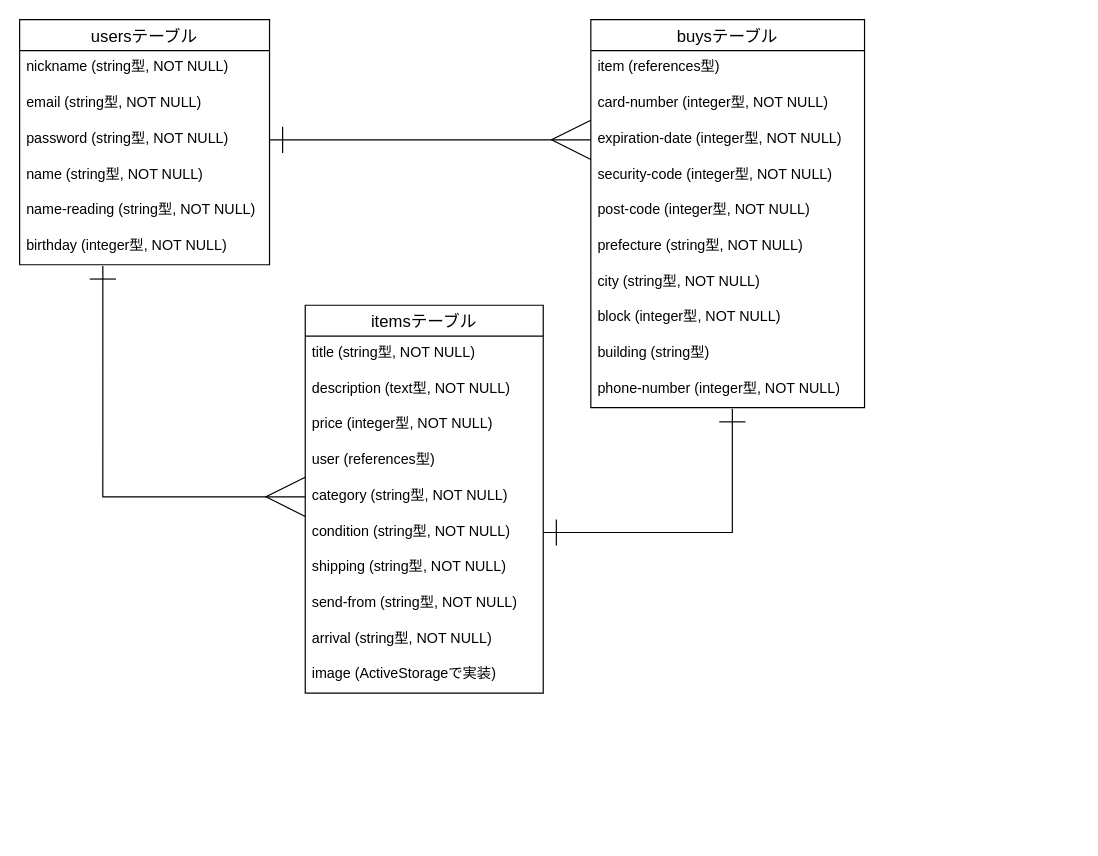
This is ER.dio from haidi-belltree/furima-32393, a draw.io file, before an edit. Source tidied: cells renumbered, new cells numbered last; positions are measured from the earlier drawing's top-left corner, leaving out a move shared by most shapes. Both pictures are drawn from the tidied source at 119%, with x=0, y=0 at pixel (19, 19).
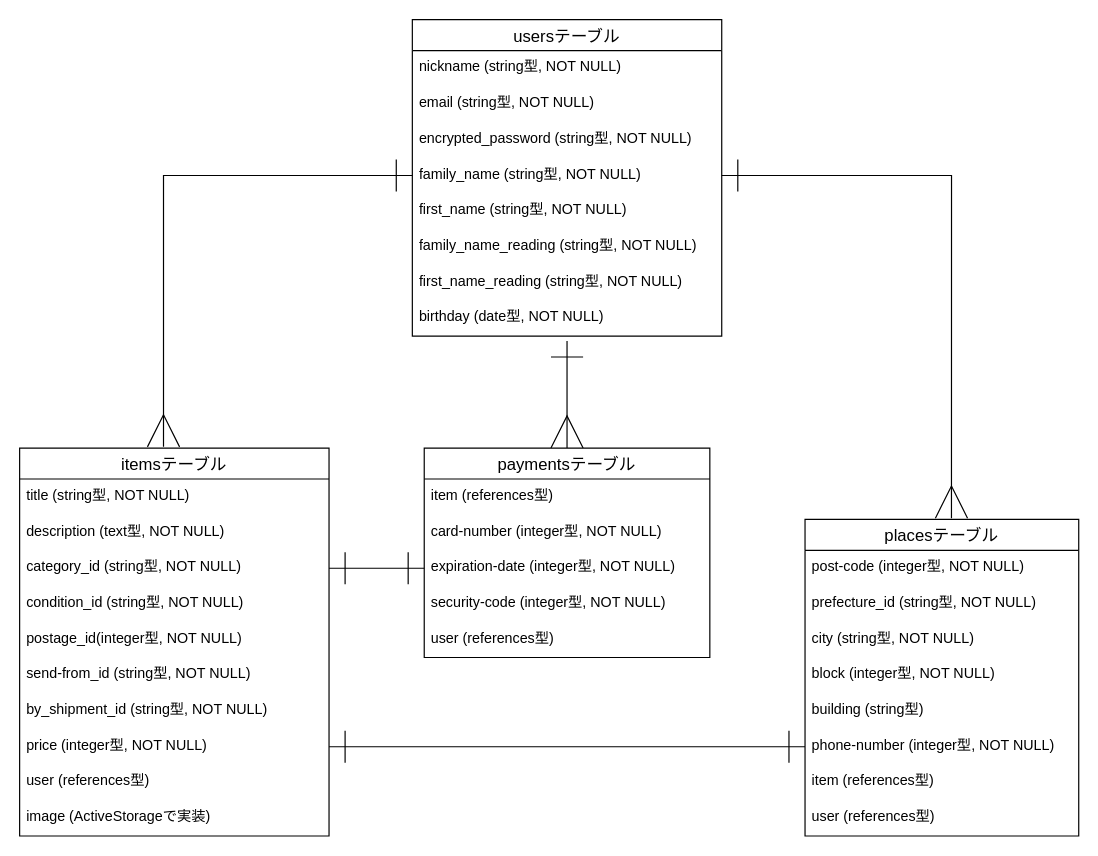
The same page after the edit.

What changed in the source:
```diff
@@
     <mxCell id="2" value="usersテーブル" style="swimlane;fontStyle=0;horizontal=1;startSize=26;align=center;fontSize=14;" parent="1" vertex="1">
-      <mxGeometry width="210" height="206" as="geometry" />
+      <mxGeometry x="330" width="260" height="266" as="geometry" />
     </mxCell>
     <mxCell id="3" value="nickname (string型, NOT NULL)" style="text;strokeColor=none;fillColor=none;spacingLeft=4;spacingRight=4;overflow=hidden;fontSize=12;" parent="2" vertex="1">
-      <mxGeometry y="26" width="210" height="30" as="geometry" />
+      <mxGeometry y="26" width="260" height="30" as="geometry" />
     </mxCell>
     <mxCell id="4" value="email (string型, NOT NULL)" style="text;strokeColor=none;fillColor=none;spacingLeft=4;spacingRight=4;overflow=hidden;fontSize=12;" parent="2" vertex="1">
-      <mxGeometry y="56" width="210" height="30" as="geometry" />
+      <mxGeometry y="56" width="260" height="30" as="geometry" />
     </mxCell>
-    <mxCell id="5" value="password (string型, NOT NULL)" style="text;strokeColor=none;fillColor=none;spacingLeft=4;spacingRight=4;overflow=hidden;points=[[0,0.5],[1,0.5]];portConstraint=eastwest;fontSize=12;" parent="2" vertex="1">
-      <mxGeometry y="86" width="210" height="30" as="geometry" />
+    <mxCell id="5" value="encrypted_password (string型, NOT NULL)" style="text;strokeColor=none;fillColor=none;spacingLeft=4;spacingRight=4;overflow=hidden;points=[[0,0.5],[1,0.5]];portConstraint=eastwest;fontSize=12;" parent="2" vertex="1">
+      <mxGeometry y="86" width="260" height="30" as="geometry" />
     </mxCell>
-    <mxCell id="6" value="name (string型, NOT NULL)" style="text;strokeColor=none;fillColor=none;spacingLeft=4;spacingRight=4;overflow=hidden;points=[[0,0.5],[1,0.5]];portConstraint=eastwest;fontSize=12;" parent="2" vertex="1">
-      <mxGeometry y="116" width="210" height="30" as="geometry" />
+    <mxCell id="6" value="family_name (string型, NOT NULL)" style="text;strokeColor=none;fillColor=none;spacingLeft=4;spacingRight=4;overflow=hidden;points=[[0,0.5],[1,0.5]];portConstraint=eastwest;fontSize=12;" parent="2" vertex="1">
+      <mxGeometry y="116" width="260" height="30" as="geometry" />
     </mxCell>
-    <mxCell id="7" value="name-reading (string型, NOT NULL)" style="text;strokeColor=none;fillColor=none;spacingLeft=4;spacingRight=4;overflow=hidden;fontSize=12;" parent="2" vertex="1">
-      <mxGeometry y="146" width="210" height="30" as="geometry" />
+    <mxCell id="7" value="first_name (string型, NOT NULL)" style="text;strokeColor=none;fillColor=none;spacingLeft=4;spacingRight=4;overflow=hidden;fontSize=12;" parent="2" vertex="1">
+      <mxGeometry y="146" width="260" height="30" as="geometry" />
     </mxCell>
+    <mxCell id="34" value="family_name_reading (string型, NOT NULL)" style="text;strokeColor=none;fillColor=none;spacingLeft=4;spacingRight=4;overflow=hidden;fontSize=12;" parent="2" vertex="1">
+      <mxGeometry y="176" width="260" height="30" as="geometry" />
+    </mxCell>
-    <mxCell id="8" value="birthday (integer型, NOT NULL)" style="text;strokeColor=none;fillColor=none;spacingLeft=4;spacingRight=4;overflow=hidden;points=[[0,0.5],[1,0.5]];portConstraint=eastwest;fontSize=12;" parent="2" vertex="1">
-      <mxGeometry y="176" width="210" height="30" as="geometry" />
+    <mxCell id="8" value="first_name_reading (string型, NOT NULL)" style="text;strokeColor=none;fillColor=none;spacingLeft=4;spacingRight=4;overflow=hidden;points=[[0,0.5],[1,0.5]];portConstraint=eastwest;fontSize=12;" parent="2" vertex="1">
+      <mxGeometry y="206" width="260" height="30" as="geometry" />
     </mxCell>
+    <mxCell id="35" value="birthday (date型, NOT NULL)" style="text;strokeColor=none;fillColor=none;spacingLeft=4;spacingRight=4;overflow=hidden;fontSize=12;" parent="2" vertex="1">
+      <mxGeometry y="236" width="260" height="30" as="geometry" />
+    </mxCell>
     <mxCell id="9" value="itemsテーブル" style="swimlane;fontStyle=0;horizontal=1;startSize=26;align=center;fontSize=14;" parent="1" vertex="1">
-      <mxGeometry x="240" y="240" width="200" height="326" as="geometry" />
+      <mxGeometry y="360" width="260" height="326" as="geometry" />
     </mxCell>
     <mxCell id="10" value="title (string型, NOT NULL)" style="text;strokeColor=none;fillColor=none;spacingLeft=4;spacingRight=4;overflow=hidden;fontSize=12;" parent="9" vertex="1">
-      <mxGeometry y="26" width="200" height="30" as="geometry" />
+      <mxGeometry y="26" width="260" height="30" as="geometry" />
     </mxCell>
     <mxCell id="11" value="description (text型, NOT NULL)" style="text;strokeColor=none;fillColor=none;spacingLeft=4;spacingRight=4;overflow=hidden;fontSize=12;" parent="9" vertex="1">
-      <mxGeometry y="56" width="200" height="30" as="geometry" />
+      <mxGeometry y="56" width="260" height="30" as="geometry" />
     </mxCell>
+    <mxCell id="36" value="category_id (string型, NOT NULL)" style="text;strokeColor=none;fillColor=none;spacingLeft=4;spacingRight=4;overflow=hidden;points=[[0,0.5],[1,0.5]];portConstraint=eastwest;fontSize=12;" parent="9" vertex="1">
+      <mxGeometry y="86" width="260" height="30" as="geometry" />
+    </mxCell>
-    <mxCell id="12" value="price (integer型, NOT NULL)" style="text;strokeColor=none;fillColor=none;spacingLeft=4;spacingRight=4;overflow=hidden;fontSize=12;" parent="9" vertex="1">
-      <mxGeometry y="86" width="200" height="30" as="geometry" />
+    <mxCell id="12" value="condition_id (string型, NOT NULL)" style="text;strokeColor=none;fillColor=none;spacingLeft=4;spacingRight=4;overflow=hidden;fontSize=12;" parent="9" vertex="1">
+      <mxGeometry y="116" width="260" height="30" as="geometry" />
     </mxCell>
-    <mxCell id="13" value="user (references型)" style="text;strokeColor=none;fillColor=none;spacingLeft=4;spacingRight=4;overflow=hidden;fontSize=12;" parent="9" vertex="1">
-      <mxGeometry y="116" width="200" height="30" as="geometry" />
-    </mxCell>
-    <mxCell id="14" value="category (string型, NOT NULL)" style="text;strokeColor=none;fillColor=none;spacingLeft=4;spacingRight=4;overflow=hidden;points=[[0,0.5],[1,0.5]];portConstraint=eastwest;fontSize=12;" parent="9" vertex="1">
-      <mxGeometry y="146" width="200" height="30" as="geometry" />
-    </mxCell>
-    <mxCell id="15" value="condition (string型, NOT NULL)" style="text;strokeColor=none;fillColor=none;spacingLeft=4;spacingRight=4;overflow=hidden;points=[[0,0.5],[1,0.5]];portConstraint=eastwest;fontSize=12;" parent="9" vertex="1">
-      <mxGeometry y="176" width="200" height="30" as="geometry" />
+    <mxCell id="15" value="postage_id(integer型, NOT NULL)" style="text;strokeColor=none;fillColor=none;spacingLeft=4;spacingRight=4;overflow=hidden;points=[[0,0.5],[1,0.5]];portConstraint=eastwest;fontSize=12;" parent="9" vertex="1">
+      <mxGeometry y="146" width="260" height="30" as="geometry" />
     </mxCell>
-    <mxCell id="16" value="shipping (string型, NOT NULL)" style="text;strokeColor=none;fillColor=none;spacingLeft=4;spacingRight=4;overflow=hidden;fontSize=12;" parent="9" vertex="1">
-      <mxGeometry y="206" width="200" height="30" as="geometry" />
-    </mxCell>
-    <mxCell id="17" value="send-from (string型, NOT NULL)" style="text;strokeColor=none;fillColor=none;spacingLeft=4;spacingRight=4;overflow=hidden;fontSize=12;" parent="9" vertex="1">
-      <mxGeometry y="236" width="200" height="30" as="geometry" />
+    <mxCell id="17" value="send-from_id (string型, NOT NULL)" style="text;strokeColor=none;fillColor=none;spacingLeft=4;spacingRight=4;overflow=hidden;fontSize=12;" parent="9" vertex="1">
+      <mxGeometry y="176" width="260" height="30" as="geometry" />
     </mxCell>
-    <mxCell id="18" value="arrival (string型, NOT NULL)" style="text;strokeColor=none;fillColor=none;spacingLeft=4;spacingRight=4;overflow=hidden;fontSize=12;" parent="9" vertex="1">
-      <mxGeometry y="266" width="200" height="30" as="geometry" />
+    <mxCell id="18" value="by_shipment_id (string型, NOT NULL)" style="text;strokeColor=none;fillColor=none;spacingLeft=4;spacingRight=4;overflow=hidden;fontSize=12;" parent="9" vertex="1">
+      <mxGeometry y="206" width="260" height="30" as="geometry" />
     </mxCell>
-    <mxCell id="19" value="image (ActiveStorageで実装)" style="text;strokeColor=none;fillColor=none;spacingLeft=4;spacingRight=4;overflow=hidden;points=[[0,0.5],[1,0.5]];portConstraint=eastwest;fontSize=12;" parent="9" vertex="1">
-      <mxGeometry y="296" width="200" height="30" as="geometry" />
+    <mxCell id="19" value="price (integer型, NOT NULL)" style="text;strokeColor=none;fillColor=none;spacingLeft=4;spacingRight=4;overflow=hidden;points=[[0,0.5],[1,0.5]];portConstraint=eastwest;fontSize=12;" parent="9" vertex="1">
+      <mxGeometry y="236" width="260" height="30" as="geometry" />
     </mxCell>
+    <mxCell id="13" value="user (references型)" style="text;strokeColor=none;fillColor=none;spacingLeft=4;spacingRight=4;overflow=hidden;fontSize=12;" parent="9" vertex="1">
+      <mxGeometry y="266" width="260" height="30" as="geometry" />
+    </mxCell>
+    <mxCell id="37" value="image (ActiveStorageで実装)" style="text;strokeColor=none;fillColor=none;spacingLeft=4;spacingRight=4;overflow=hidden;fontSize=12;" parent="9" vertex="1">
+      <mxGeometry y="296" width="260" height="30" as="geometry" />
+    </mxCell>
-    <mxCell id="20" value="buysテーブル" style="swimlane;fontStyle=0;horizontal=1;startSize=26;align=center;fontSize=14;" parent="1" vertex="1">
-      <mxGeometry x="480" width="230" height="326" as="geometry" />
+    <mxCell id="20" value="placesテーブル" style="swimlane;fontStyle=0;horizontal=1;startSize=26;align=center;fontSize=14;" parent="1" vertex="1">
+      <mxGeometry x="660" y="420" width="230" height="266" as="geometry" />
     </mxCell>
-    <mxCell id="21" value="item (references型)" style="text;strokeColor=none;fillColor=none;spacingLeft=4;spacingRight=4;overflow=hidden;fontSize=12;" parent="20" vertex="1">
-      <mxGeometry y="26" width="230" height="30" as="geometry" />
-    </mxCell>
-    <mxCell id="22" value="card-number (integer型, NOT NULL)" style="text;strokeColor=none;fillColor=none;spacingLeft=4;spacingRight=4;overflow=hidden;fontSize=12;" parent="20" vertex="1">
-      <mxGeometry y="56" width="230" height="30" as="geometry" />
-    </mxCell>
-    <mxCell id="23" value="expiration-date (integer型, NOT NULL)" style="text;strokeColor=none;fillColor=none;spacingLeft=4;spacingRight=4;overflow=hidden;points=[[0,0.5],[1,0.5]];portConstraint=eastwest;fontSize=12;" parent="20" vertex="1">
-      <mxGeometry y="86" width="230" height="30" as="geometry" />
-    </mxCell>
-    <mxCell id="24" value="security-code (integer型, NOT NULL)" style="text;strokeColor=none;fillColor=none;spacingLeft=4;spacingRight=4;overflow=hidden;fontSize=12;" parent="20" vertex="1">
-      <mxGeometry y="116" width="230" height="30" as="geometry" />
-    </mxCell>
     <mxCell id="25" value="post-code (integer型, NOT NULL)" style="text;strokeColor=none;fillColor=none;spacingLeft=4;spacingRight=4;overflow=hidden;fontSize=12;" parent="20" vertex="1">
-      <mxGeometry y="146" width="230" height="30" as="geometry" />
+      <mxGeometry y="26" width="230" height="30" as="geometry" />
     </mxCell>
-    <mxCell id="26" value="prefecture (string型, NOT NULL)" style="text;strokeColor=none;fillColor=none;spacingLeft=4;spacingRight=4;overflow=hidden;fontSize=12;" parent="20" vertex="1">
-      <mxGeometry y="176" width="230" height="30" as="geometry" />
+    <mxCell id="26" value="prefecture_id (string型, NOT NULL)" style="text;strokeColor=none;fillColor=none;spacingLeft=4;spacingRight=4;overflow=hidden;fontSize=12;" parent="20" vertex="1">
+      <mxGeometry y="56" width="230" height="30" as="geometry" />
     </mxCell>
     <mxCell id="27" value="city (string型, NOT NULL)" style="text;strokeColor=none;fillColor=none;spacingLeft=4;spacingRight=4;overflow=hidden;fontSize=12;" parent="20" vertex="1">
-      <mxGeometry y="206" width="230" height="30" as="geometry" />
+      <mxGeometry y="86" width="230" height="30" as="geometry" />
     </mxCell>
     <mxCell id="28" value="block (integer型, NOT NULL)" style="text;strokeColor=none;fillColor=none;spacingLeft=4;spacingRight=4;overflow=hidden;fontSize=12;" parent="20" vertex="1">
-      <mxGeometry y="236" width="230" height="30" as="geometry" />
+      <mxGeometry y="116" width="230" height="30" as="geometry" />
     </mxCell>
     <mxCell id="29" value="building (string型)" style="text;strokeColor=none;fillColor=none;spacingLeft=4;spacingRight=4;overflow=hidden;fontSize=12;" parent="20" vertex="1">
-      <mxGeometry y="266" width="230" height="30" as="geometry" />
+      <mxGeometry y="146" width="230" height="30" as="geometry" />
     </mxCell>
     <mxCell id="30" value="phone-number (integer型, NOT NULL)" style="text;strokeColor=none;fillColor=none;spacingLeft=4;spacingRight=4;overflow=hidden;points=[[0,0.5],[1,0.5]];portConstraint=eastwest;fontSize=12;" parent="20" vertex="1">
-      <mxGeometry y="296" width="230" height="30" as="geometry" />
+      <mxGeometry y="176" width="230" height="30" as="geometry" />
     </mxCell>
-    <mxCell id="31" style="edgeStyle=orthogonalEdgeStyle;rounded=0;jettySize=auto;html=1;exitX=1;exitY=0.5;exitDx=0;exitDy=0;startArrow=ERone;startFill=0;targetPerimeterSpacing=29;sourcePerimeterSpacing=7;endArrow=ERmany;endFill=0;endSize=31;startSize=20;entryX=0;entryY=0.5;entryDx=0;entryDy=0;" parent="1" edge="1" source="5" target="23">
-      <mxGeometry relative="1" as="geometry" />
-    </mxCell>
-    <mxCell id="32" style="edgeStyle=orthogonalEdgeStyle;rounded=0;jettySize=auto;html=1;exitX=0;exitY=0.5;exitDx=0;exitDy=0;startArrow=ERmany;startFill=0;sourcePerimeterSpacing=6;endArrow=ERone;endFill=0;endSize=20;targetPerimeterSpacing=30;entryX=0.333;entryY=1.033;entryDx=0;entryDy=0;entryPerimeter=0;startSize=31;" parent="1" edge="1" source="14" target="8">
-      <mxGeometry relative="1" as="geometry" />
-    </mxCell>
-    <mxCell id="33" style="edgeStyle=orthogonalEdgeStyle;rounded=0;jettySize=auto;html=1;exitX=1;exitY=0.5;exitDx=0;exitDy=0;startArrow=ERone;startFill=0;startSize=20;sourcePerimeterSpacing=6;endArrow=ERone;endFill=0;endSize=20;targetPerimeterSpacing=30;entryX=0.517;entryY=1.033;entryDx=0;entryDy=0;entryPerimeter=0;" parent="1" edge="1" source="15" target="30">
-      <mxGeometry relative="1" as="geometry" />
-    </mxCell>
+    <mxCell id="38" value="item (references型)" style="text;strokeColor=none;fillColor=none;spacingLeft=4;spacingRight=4;overflow=hidden;fontSize=12;" parent="20" vertex="1">
+      <mxGeometry y="206" width="230" height="30" as="geometry" />
+    </mxCell>
+    <mxCell id="39" value="user (references型)" style="text;strokeColor=none;fillColor=none;spacingLeft=4;spacingRight=4;overflow=hidden;fontSize=12;" parent="20" vertex="1">
+      <mxGeometry y="236" width="230" height="30" as="geometry" />
+    </mxCell>
+    <mxCell id="40" style="edgeStyle=orthogonalEdgeStyle;rounded=0;jettySize=auto;html=1;exitX=0.5;exitY=0;exitDx=0;exitDy=0;startArrow=ERmany;startFill=0;startSize=25;endArrow=ERone;endFill=0;endSize=25;targetPerimeterSpacing=0;" parent="1" edge="1" source="41">
+      <mxGeometry relative="1" as="geometry">
+        <mxPoint x="460" y="270" as="targetPoint" />
+      </mxGeometry>
+    </mxCell>
+    <mxCell id="41" value="paymentsテーブル" style="swimlane;fontStyle=0;horizontal=1;startSize=26;align=center;fontSize=14;" parent="1" vertex="1">
+      <mxGeometry x="340" y="360" width="240" height="176" as="geometry" />
+    </mxCell>
+    <mxCell id="21" value="item (references型)" style="text;strokeColor=none;fillColor=none;spacingLeft=4;spacingRight=4;overflow=hidden;fontSize=12;" parent="41" vertex="1">
+      <mxGeometry y="26" width="240" height="30" as="geometry" />
+    </mxCell>
+    <mxCell id="22" value="card-number (integer型, NOT NULL)" style="text;strokeColor=none;fillColor=none;spacingLeft=4;spacingRight=4;overflow=hidden;fontSize=12;" parent="41" vertex="1">
+      <mxGeometry y="56" width="240" height="30" as="geometry" />
+    </mxCell>
+    <mxCell id="23" value="expiration-date (integer型, NOT NULL)" style="text;strokeColor=none;fillColor=none;spacingLeft=4;spacingRight=4;overflow=hidden;points=[[0,0.5],[1,0.5]];portConstraint=eastwest;fontSize=12;" parent="41" vertex="1">
+      <mxGeometry y="86" width="240" height="30" as="geometry" />
+    </mxCell>
+    <mxCell id="24" value="security-code (integer型, NOT NULL)" style="text;strokeColor=none;fillColor=none;spacingLeft=4;spacingRight=4;overflow=hidden;fontSize=12;" parent="41" vertex="1">
+      <mxGeometry y="116" width="240" height="30" as="geometry" />
+    </mxCell>
+    <mxCell id="42" value="user (references型)" style="text;strokeColor=none;fillColor=none;spacingLeft=4;spacingRight=4;overflow=hidden;fontSize=12;" parent="41" vertex="1">
+      <mxGeometry y="146" width="240" height="30" as="geometry" />
+    </mxCell>
+    <mxCell id="43" style="edgeStyle=orthogonalEdgeStyle;rounded=0;jettySize=auto;html=1;exitX=0;exitY=0.5;exitDx=0;exitDy=0;entryX=0.465;entryY=-0.003;entryDx=0;entryDy=0;entryPerimeter=0;startArrow=ERone;startFill=0;startSize=25;endArrow=ERmany;endFill=0;endSize=25;targetPerimeterSpacing=0;" parent="1" edge="1" source="6" target="9">
+      <mxGeometry relative="1" as="geometry" />
+    </mxCell>
+    <mxCell id="44" style="edgeStyle=orthogonalEdgeStyle;rounded=0;jettySize=auto;html=1;exitX=1;exitY=0.5;exitDx=0;exitDy=0;entryX=0.535;entryY=-0.004;entryDx=0;entryDy=0;entryPerimeter=0;startArrow=ERone;startFill=0;startSize=25;endArrow=ERmany;endFill=0;endSize=25;targetPerimeterSpacing=0;" parent="1" edge="1" source="6" target="20">
+      <mxGeometry relative="1" as="geometry" />
+    </mxCell>
+    <mxCell id="45" style="edgeStyle=orthogonalEdgeStyle;rounded=0;jettySize=auto;html=1;exitX=0;exitY=0.5;exitDx=0;exitDy=0;entryX=1;entryY=0.5;entryDx=0;entryDy=0;startArrow=ERone;startFill=0;startSize=25;endArrow=ERone;endFill=0;endSize=25;targetPerimeterSpacing=0;" parent="1" edge="1" source="23" target="36">
+      <mxGeometry relative="1" as="geometry" />
+    </mxCell>
+    <mxCell id="46" style="edgeStyle=orthogonalEdgeStyle;rounded=0;jettySize=auto;html=1;exitX=0;exitY=0.5;exitDx=0;exitDy=0;entryX=1;entryY=0.5;entryDx=0;entryDy=0;startArrow=ERone;startFill=0;startSize=25;endArrow=ERone;endFill=0;endSize=25;targetPerimeterSpacing=0;" parent="1" edge="1" source="30" target="19">
+      <mxGeometry relative="1" as="geometry" />
+    </mxCell>
```
